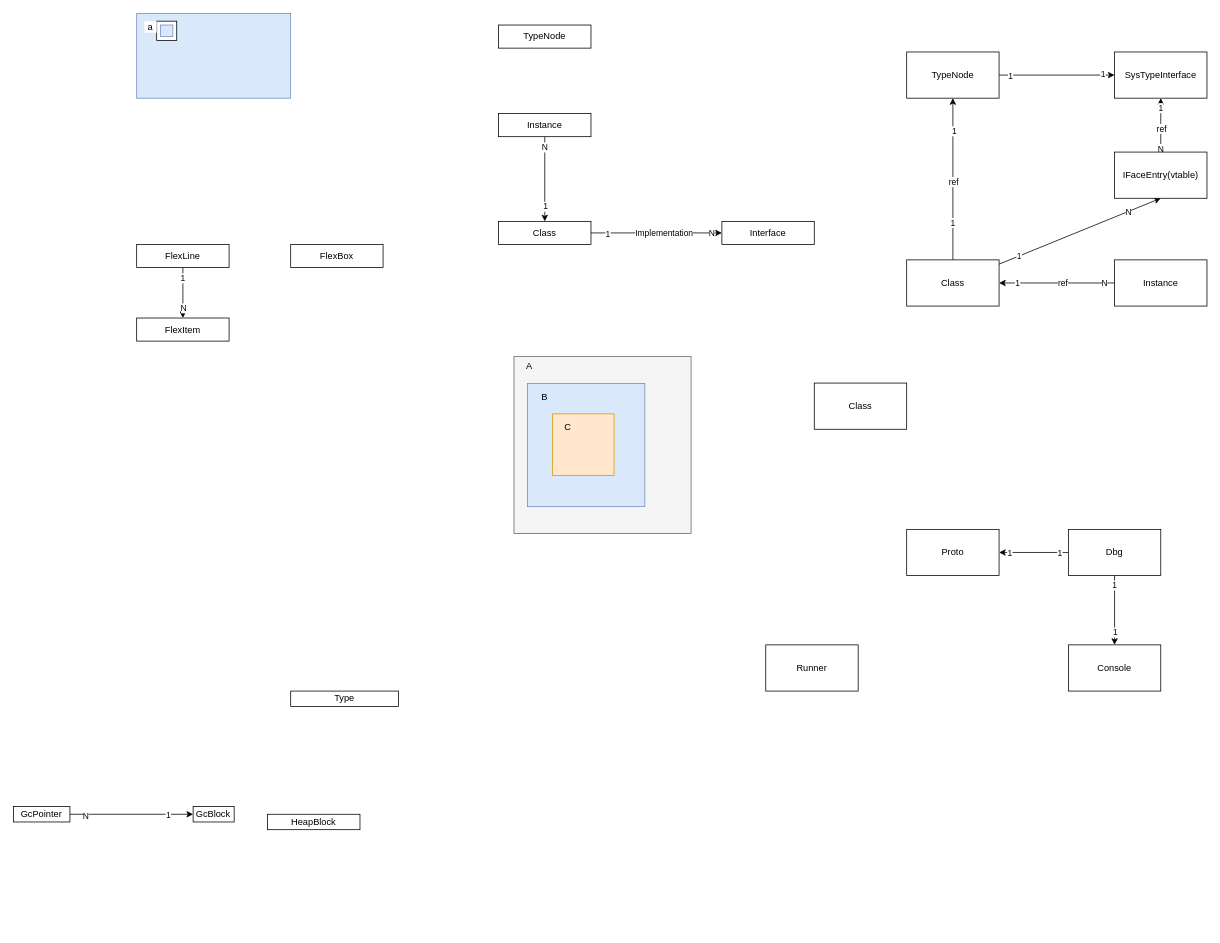
The draw.io diagram doc/layout_demo.drawio in yuanronghhh/Cst, before the edit. Source tidied: cells renumbered, new cells numbered last; positions are measured from the earlier drawing's top-left corner, leaving out a move shared by most shapes. Both pictures are drawn from the tidied source at 77%, with x=0, y=0 at pixel (13, 13).
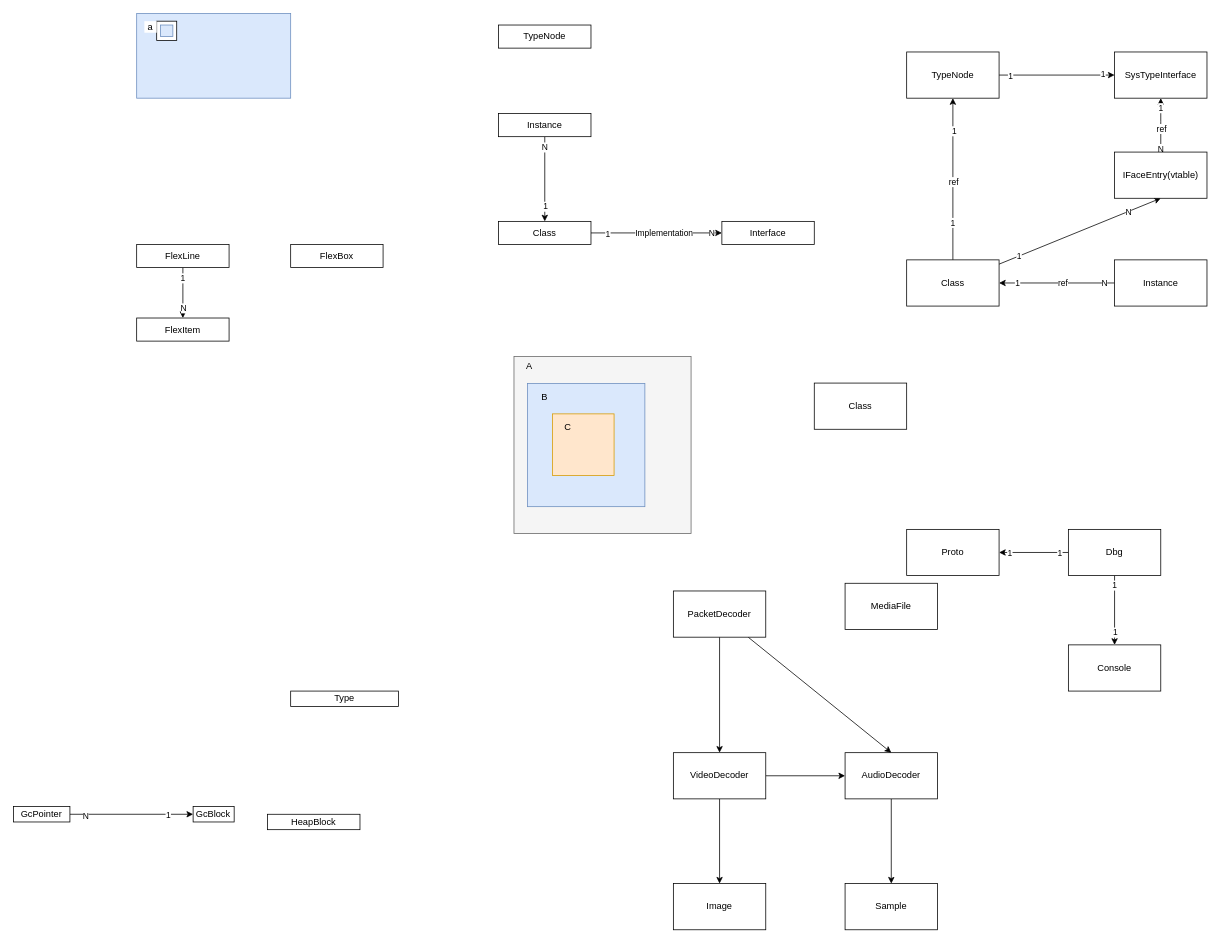
The same page after the edit.

What changed in the source:
```diff
@@
-    <mxCell id="63" value="Runner" style="rounded=0;whiteSpace=wrap;html=1;" parent="1" vertex="1">
-      <mxGeometry x="977" y="820" width="120" height="60" as="geometry" />
-    </mxCell>
@@
+    <mxCell id="71" style="edgeStyle=none;shape=connector;rounded=0;jettySize=auto;html=1;entryX=0;entryY=0.5;entryDx=0;entryDy=0;labelBackgroundColor=default;fontFamily=Helvetica;fontSize=11;fontColor=default;endArrow=classic;strokeColor=default;" parent="1" edge="1" source="73" target="75">
+      <mxGeometry relative="1" as="geometry" />
+    </mxCell>
+    <mxCell id="72" style="edgeStyle=none;shape=connector;rounded=0;jettySize=auto;html=1;labelBackgroundColor=default;fontFamily=Helvetica;fontSize=11;fontColor=default;endArrow=classic;strokeColor=default;" parent="1" edge="1" source="73" target="79">
+      <mxGeometry relative="1" as="geometry" />
+    </mxCell>
+    <mxCell id="73" value="VideoDecoder" style="rounded=0;whiteSpace=wrap;html=1;" parent="1" vertex="1">
+      <mxGeometry x="857" y="960" width="120" height="60" as="geometry" />
+    </mxCell>
+    <mxCell id="74" style="edgeStyle=none;shape=connector;rounded=0;jettySize=auto;html=1;entryX=0.5;entryY=0;entryDx=0;entryDy=0;labelBackgroundColor=default;fontFamily=Helvetica;fontSize=11;fontColor=default;endArrow=classic;strokeColor=default;" parent="1" edge="1" source="75" target="80">
+      <mxGeometry relative="1" as="geometry" />
+    </mxCell>
+    <mxCell id="75" value="AudioDecoder" style="rounded=0;whiteSpace=wrap;html=1;" parent="1" vertex="1">
+      <mxGeometry x="1080" y="960" width="120" height="60" as="geometry" />
+    </mxCell>
+    <mxCell id="76" style="edgeStyle=none;shape=connector;rounded=0;jettySize=auto;html=1;labelBackgroundColor=default;fontFamily=Helvetica;fontSize=11;fontColor=default;endArrow=classic;strokeColor=default;" parent="1" edge="1" source="78" target="73">
+      <mxGeometry relative="1" as="geometry" />
+    </mxCell>
+    <mxCell id="77" style="edgeStyle=none;shape=connector;rounded=0;jettySize=auto;html=1;entryX=0.5;entryY=0;entryDx=0;entryDy=0;labelBackgroundColor=default;fontFamily=Helvetica;fontSize=11;fontColor=default;endArrow=classic;strokeColor=default;" parent="1" edge="1" source="78" target="75">
+      <mxGeometry relative="1" as="geometry" />
+    </mxCell>
+    <mxCell id="78" value="PacketDecoder" style="rounded=0;whiteSpace=wrap;html=1;" parent="1" vertex="1">
+      <mxGeometry x="857" y="750" width="120" height="60" as="geometry" />
+    </mxCell>
+    <mxCell id="79" value="Image" style="rounded=0;whiteSpace=wrap;html=1;" parent="1" vertex="1">
+      <mxGeometry x="857" y="1130" width="120" height="60" as="geometry" />
+    </mxCell>
+    <mxCell id="80" value="Sample" style="rounded=0;whiteSpace=wrap;html=1;" parent="1" vertex="1">
+      <mxGeometry x="1080" y="1130" width="120" height="60" as="geometry" />
+    </mxCell>
+    <mxCell id="81" value="MediaFile" style="rounded=0;whiteSpace=wrap;html=1;" parent="1" vertex="1">
+      <mxGeometry x="1080" y="740" width="120" height="60" as="geometry" />
+    </mxCell>
```
